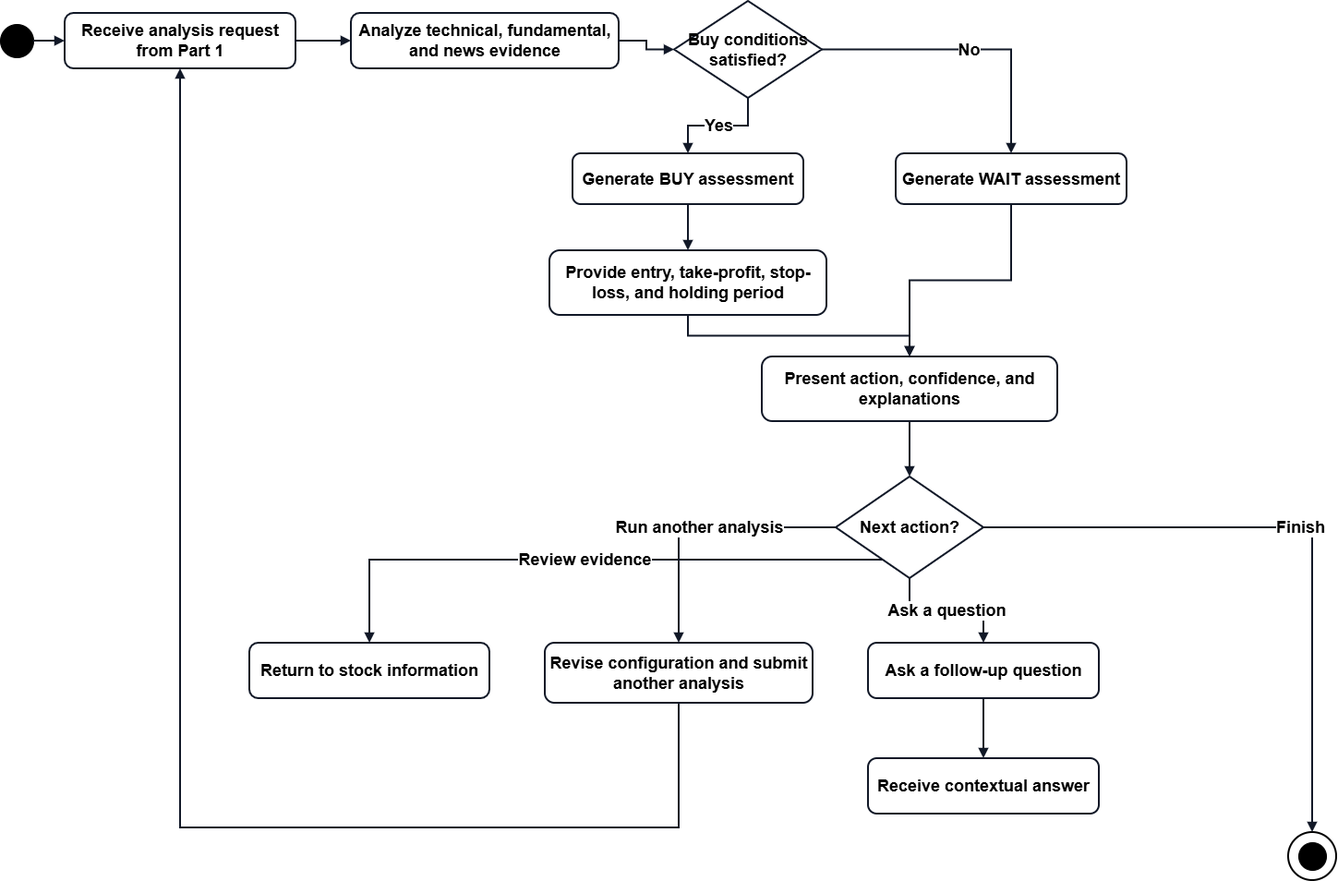
This is report/figures/chapter3/mobile_decision_support_flow_part2.png from lqhuy04/Thesis-22125031-22125035, a draw.io export, as it was before one commit. Source tidied: cells renumbered, new cells last; positions are measured from the earlier drawing's top-left corner, leaving out a move shared by most shapes.
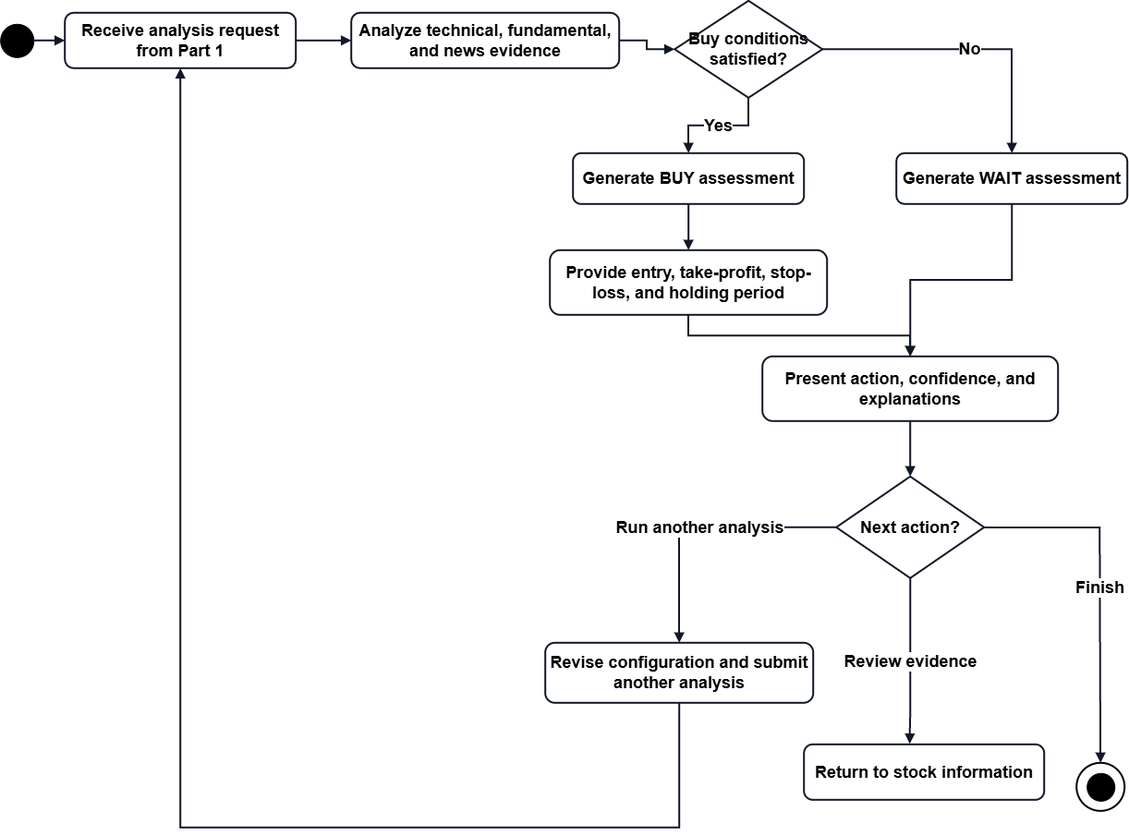
Later version of the same file.

The edit, as a diff of the source:
```diff
@@ -30,85 +30,73 @@
       <mxGeometry x="905" y="515" width="160" height="110" as="geometry" />
     </mxCell>
     <mxCell id="11" value="Return to stock information" style="rounded=1;whiteSpace=wrap;html=1;arcSize=16;fillColor=#ffffff;strokeColor=#111827;strokeWidth=2;fontSize=18;fontStyle=1;" parent="1" vertex="1">
-      <mxGeometry x="270" y="695" width="260" height="60" as="geometry" />
+      <mxGeometry x="870" y="805" width="260" height="60" as="geometry" />
     </mxCell>
     <mxCell id="12" value="Revise configuration and submit another analysis" style="rounded=1;whiteSpace=wrap;html=1;arcSize=16;fillColor=#ffffff;strokeColor=#111827;strokeWidth=2;fontSize=18;fontStyle=1;" parent="1" vertex="1">
       <mxGeometry x="590" y="695" width="290" height="65" as="geometry" />
     </mxCell>
-    <mxCell id="13" value="Ask a follow-up question" style="rounded=1;whiteSpace=wrap;html=1;arcSize=16;fillColor=#ffffff;strokeColor=#111827;strokeWidth=2;fontSize=18;fontStyle=1;" parent="1" vertex="1">
-      <mxGeometry x="940" y="695" width="250" height="60" as="geometry" />
+    <mxCell id="13" style="ellipse;whiteSpace=wrap;html=1;fillColor=#ffffff;strokeColor=#000000;strokeWidth=2;fontSize=18;fontStyle=1;" parent="1" vertex="1">
+      <mxGeometry x="1165" y="825" width="52" height="52" as="geometry" />
     </mxCell>
-    <mxCell id="14" value="Receive contextual answer" style="rounded=1;whiteSpace=wrap;html=1;arcSize=16;fillColor=#ffffff;strokeColor=#111827;strokeWidth=2;fontSize=18;fontStyle=1;" parent="1" vertex="1">
-      <mxGeometry x="940" y="820" width="250" height="60" as="geometry" />
+    <mxCell id="14" style="ellipse;whiteSpace=wrap;html=1;fillColor=#000000;strokeColor=#000000;fontSize=18;fontStyle=1;" parent="1" vertex="1">
+      <mxGeometry x="1176" y="836" width="30" height="30" as="geometry" />
     </mxCell>
-    <mxCell id="15" style="ellipse;whiteSpace=wrap;html=1;fillColor=#ffffff;strokeColor=#000000;strokeWidth=2;fontSize=18;fontStyle=1;" parent="1" vertex="1">
-      <mxGeometry x="1395" y="900" width="52" height="52" as="geometry" />
+    <mxCell id="15" style="edgeStyle=orthogonalEdgeStyle;rounded=0;jettySize=auto;html=1;endArrow=block;endFill=1;strokeColor=#111827;strokeWidth=2;fontSize=18;fontStyle=1;" parent="1" edge="1" source="2" target="3">
+      <mxGeometry relative="1" as="geometry" />
     </mxCell>
-    <mxCell id="16" style="ellipse;whiteSpace=wrap;html=1;fillColor=#000000;strokeColor=#000000;fontSize=18;fontStyle=1;" parent="1" vertex="1">
-      <mxGeometry x="1406" y="911" width="30" height="30" as="geometry" />
+    <mxCell id="16" style="edgeStyle=orthogonalEdgeStyle;rounded=0;jettySize=auto;html=1;endArrow=block;endFill=1;strokeColor=#111827;strokeWidth=2;fontSize=18;fontStyle=1;" parent="1" edge="1" source="3" target="4">
+      <mxGeometry relative="1" as="geometry" />
     </mxCell>
-    <mxCell id="17" style="edgeStyle=orthogonalEdgeStyle;rounded=0;jettySize=auto;html=1;endArrow=block;endFill=1;strokeColor=#111827;strokeWidth=2;fontSize=18;fontStyle=1;" parent="1" edge="1" source="2" target="3">
+    <mxCell id="17" style="edgeStyle=orthogonalEdgeStyle;rounded=0;jettySize=auto;html=1;endArrow=block;endFill=1;strokeColor=#111827;strokeWidth=2;fontSize=18;fontStyle=1;" parent="1" edge="1" source="4" target="5">
       <mxGeometry relative="1" as="geometry" />
     </mxCell>
-    <mxCell id="18" style="edgeStyle=orthogonalEdgeStyle;rounded=0;jettySize=auto;html=1;endArrow=block;endFill=1;strokeColor=#111827;strokeWidth=2;fontSize=18;fontStyle=1;" parent="1" edge="1" source="3" target="4">
+    <mxCell id="18" value="Yes" style="edgeStyle=orthogonalEdgeStyle;rounded=0;jettySize=auto;html=1;endArrow=block;endFill=1;strokeColor=#111827;strokeWidth=2;fontSize=18;labelBackgroundColor=#ffffff;fontStyle=1;" parent="1" edge="1" source="5" target="6">
       <mxGeometry relative="1" as="geometry" />
     </mxCell>
-    <mxCell id="19" style="edgeStyle=orthogonalEdgeStyle;rounded=0;jettySize=auto;html=1;endArrow=block;endFill=1;strokeColor=#111827;strokeWidth=2;fontSize=18;fontStyle=1;" parent="1" edge="1" source="4" target="5">
+    <mxCell id="19" value="No" style="edgeStyle=orthogonalEdgeStyle;rounded=0;jettySize=auto;html=1;endArrow=block;endFill=1;strokeColor=#111827;strokeWidth=2;fontSize=18;labelBackgroundColor=#ffffff;fontStyle=1;" parent="1" edge="1" source="5" target="8">
       <mxGeometry relative="1" as="geometry" />
     </mxCell>
-    <mxCell id="20" value="Yes" style="edgeStyle=orthogonalEdgeStyle;rounded=0;jettySize=auto;html=1;endArrow=block;endFill=1;strokeColor=#111827;strokeWidth=2;fontSize=18;labelBackgroundColor=#ffffff;fontStyle=1;" parent="1" edge="1" source="5" target="6">
+    <mxCell id="20" style="edgeStyle=orthogonalEdgeStyle;rounded=0;jettySize=auto;html=1;endArrow=block;endFill=1;strokeColor=#111827;strokeWidth=2;fontSize=18;fontStyle=1;" parent="1" edge="1" source="6" target="7">
       <mxGeometry relative="1" as="geometry" />
     </mxCell>
-    <mxCell id="21" value="No" style="edgeStyle=orthogonalEdgeStyle;rounded=0;jettySize=auto;html=1;endArrow=block;endFill=1;strokeColor=#111827;strokeWidth=2;fontSize=18;labelBackgroundColor=#ffffff;fontStyle=1;" parent="1" edge="1" source="5" target="8">
+    <mxCell id="21" style="edgeStyle=orthogonalEdgeStyle;rounded=0;jettySize=auto;html=1;endArrow=block;endFill=1;strokeColor=#111827;strokeWidth=2;fontSize=18;fontStyle=1;" parent="1" edge="1" source="7" target="9">
       <mxGeometry relative="1" as="geometry" />
     </mxCell>
-    <mxCell id="22" style="edgeStyle=orthogonalEdgeStyle;rounded=0;jettySize=auto;html=1;endArrow=block;endFill=1;strokeColor=#111827;strokeWidth=2;fontSize=18;fontStyle=1;" parent="1" edge="1" source="6" target="7">
+    <mxCell id="22" style="edgeStyle=orthogonalEdgeStyle;rounded=0;jettySize=auto;html=1;endArrow=block;endFill=1;strokeColor=#111827;strokeWidth=2;fontSize=18;fontStyle=1;" parent="1" edge="1" source="8" target="9">
       <mxGeometry relative="1" as="geometry" />
     </mxCell>
-    <mxCell id="23" style="edgeStyle=orthogonalEdgeStyle;rounded=0;jettySize=auto;html=1;endArrow=block;endFill=1;strokeColor=#111827;strokeWidth=2;fontSize=18;fontStyle=1;" parent="1" edge="1" source="7" target="9">
+    <mxCell id="23" style="edgeStyle=orthogonalEdgeStyle;rounded=0;jettySize=auto;html=1;endArrow=block;endFill=1;strokeColor=#111827;strokeWidth=2;fontSize=18;fontStyle=1;" parent="1" edge="1" source="9" target="10">
       <mxGeometry relative="1" as="geometry" />
     </mxCell>
-    <mxCell id="24" style="edgeStyle=orthogonalEdgeStyle;rounded=0;jettySize=auto;html=1;endArrow=block;endFill=1;strokeColor=#111827;strokeWidth=2;fontSize=18;fontStyle=1;" parent="1" edge="1" source="8" target="9">
-      <mxGeometry relative="1" as="geometry" />
+    <mxCell id="24" value="Review evidence" style="edgeStyle=orthogonalEdgeStyle;rounded=0;jettySize=auto;html=1;endArrow=block;endFill=1;strokeColor=#111827;strokeWidth=2;fontSize=18;labelBackgroundColor=#ffffff;fontStyle=1;exitX=0.5;exitY=1;exitDx=0;exitDy=0;entryX=0.44;entryY=-0.01;entryDx=0;entryDy=0;entryPerimeter=0;" parent="1" edge="1" source="10" target="11">
+      <mxGeometry relative="1" as="geometry">
+        <Array as="points">
+          <mxPoint x="985" y="775" />
+          <mxPoint x="984.4" y="775" />
+        </Array>
+      </mxGeometry>
     </mxCell>
-    <mxCell id="25" style="edgeStyle=orthogonalEdgeStyle;rounded=0;jettySize=auto;html=1;endArrow=block;endFill=1;strokeColor=#111827;strokeWidth=2;fontSize=18;fontStyle=1;" parent="1" edge="1" source="9" target="10">
-      <mxGeometry relative="1" as="geometry" />
+    <mxCell id="25" value="Run another analysis" style="edgeStyle=orthogonalEdgeStyle;rounded=0;jettySize=auto;html=1;endArrow=block;endFill=1;strokeColor=#111827;strokeWidth=2;fontSize=18;labelBackgroundColor=#ffffff;fontStyle=1;" parent="1" edge="1" source="10" target="12">
+      <mxGeometry relative="1" as="geometry">
+        <Array as="points">
+          <mxPoint x="735" y="570" />
+        </Array>
+      </mxGeometry>
     </mxCell>
-    <mxCell id="26" value="Review evidence" style="edgeStyle=orthogonalEdgeStyle;rounded=0;jettySize=auto;html=1;endArrow=block;endFill=1;strokeColor=#111827;strokeWidth=2;fontSize=18;labelBackgroundColor=#ffffff;fontStyle=1;" parent="1" edge="1" source="10" target="11">
+    <mxCell id="26" value="Finish" style="edgeStyle=orthogonalEdgeStyle;rounded=0;jettySize=auto;html=1;endArrow=block;endFill=1;strokeColor=#111827;strokeWidth=2;fontSize=18;labelBackgroundColor=#ffffff;fontStyle=1;" parent="1" edge="1" source="10" target="13">
       <mxGeometry relative="1" as="geometry">
         <Array as="points">
-          <mxPoint x="400.1" y="605.1" />
+          <mxPoint x="1190" y="570" />
         </Array>
       </mxGeometry>
     </mxCell>
-    <mxCell id="27" value="Run another analysis" style="edgeStyle=orthogonalEdgeStyle;rounded=0;jettySize=auto;html=1;endArrow=block;endFill=1;strokeColor=#111827;strokeWidth=2;fontSize=18;labelBackgroundColor=#ffffff;fontStyle=1;" parent="1" edge="1" source="10" target="12">
+    <mxCell id="27" style="edgeStyle=orthogonalEdgeStyle;rounded=0;jettySize=auto;html=1;endArrow=block;endFill=1;strokeColor=#111827;strokeWidth=2;entryX=0.5;entryY=1;entryDx=0;entryDy=0;fontSize=18;fontStyle=1;" parent="1" edge="1" source="12" target="3">
       <mxGeometry relative="1" as="geometry">
         <Array as="points">
-          <mxPoint x="735" y="570" />
+          <mxPoint x="735" y="895.1" />
+          <mxPoint x="195" y="895.1" />
         </Array>
       </mxGeometry>
     </mxCell>
-    <mxCell id="28" value="Ask a question" style="edgeStyle=orthogonalEdgeStyle;rounded=0;jettySize=auto;html=1;endArrow=block;endFill=1;strokeColor=#111827;strokeWidth=2;fontSize=18;labelBackgroundColor=#ffffff;fontStyle=1;" parent="1" edge="1" source="10" target="13">
-      <mxGeometry relative="1" as="geometry" />
-    </mxCell>
-    <mxCell id="29" value="Finish" style="edgeStyle=orthogonalEdgeStyle;rounded=0;jettySize=auto;html=1;endArrow=block;endFill=1;strokeColor=#111827;strokeWidth=2;fontSize=18;labelBackgroundColor=#ffffff;fontStyle=1;" parent="1" edge="1" source="10" target="15">
-      <mxGeometry relative="1" as="geometry">
-        <Array as="points">
-          <mxPoint x="1340" y="570" />
-          <mxPoint x="1421" y="570" />
-        </Array>
-      </mxGeometry>
-    </mxCell>
-    <mxCell id="30" style="edgeStyle=orthogonalEdgeStyle;rounded=0;jettySize=auto;html=1;endArrow=block;endFill=1;strokeColor=#111827;strokeWidth=2;entryX=0.5;entryY=1;entryDx=0;entryDy=0;fontSize=18;fontStyle=1;" parent="1" edge="1" source="12" target="3">
-      <mxGeometry relative="1" as="geometry">
-        <Array as="points">
-          <mxPoint x="735" y="895.1" />
-          <mxPoint x="195" y="895.1" />
-        </Array>
-      </mxGeometry>
-    </mxCell>
-    <mxCell id="31" style="edgeStyle=orthogonalEdgeStyle;rounded=0;jettySize=auto;html=1;endArrow=block;endFill=1;strokeColor=#111827;strokeWidth=2;fontSize=18;fontStyle=1;" parent="1" edge="1" source="13" target="14">
-      <mxGeometry relative="1" as="geometry" />
-    </mxCell>
   </root>
 </mxGraphModel>
```
